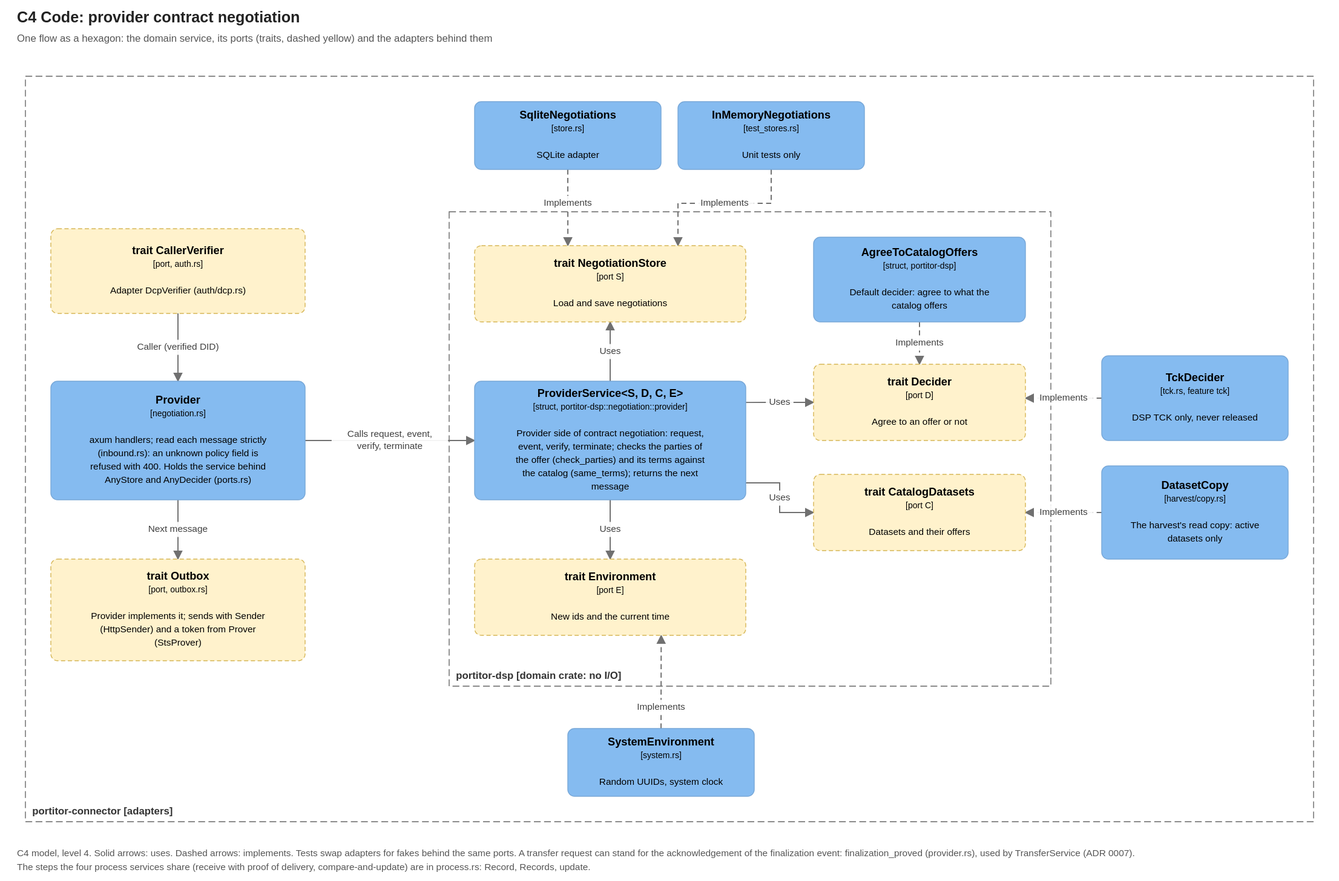
Above: docs/diagrams/c4-negotiation-code.drawio.svg in brunopacheco1/portitor (draw.io), before the change. Source tidied: cells renumbered, new cells last; positions are measured from the earlier drawing's top-left corner, leaving out a move shared by most shapes.
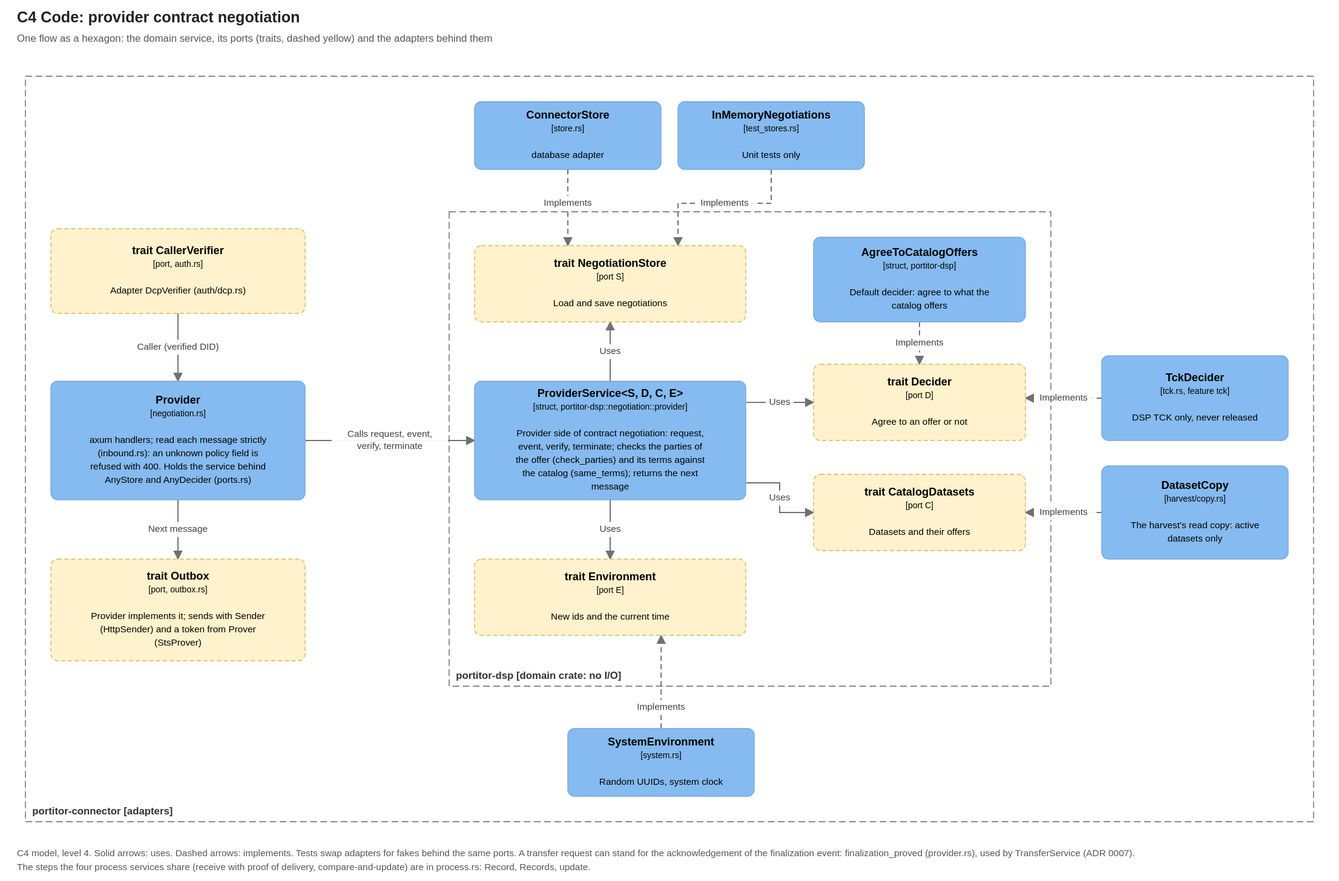
The same file after the commit.

Change to the diagram source:
```diff
@@ -26,9 +26,9 @@
     <mxCell id="9" value="&lt;b&gt;trait CatalogDatasets&lt;/b&gt;&lt;br&gt;&lt;font style=&quot;font-size:10px&quot;&gt;[port C]&lt;/font&gt;&lt;br&gt;&lt;br&gt;&lt;font style=&quot;font-size:11px&quot;&gt;Datasets and their offers&lt;/font&gt;" style="rounded=1;arcSize=8;dashed=1;whiteSpace=wrap;html=1;fillColor=#FFF2CC;strokeColor=#D6B656;fontColor=#000000;fontSize=13;align=center;verticalAlign=middle;c4Kind=port;c4Name=trait CatalogDatasets;" parent="1" vertex="1">
       <mxGeometry x="940" y="470" width="250" height="90" as="geometry" />
     </mxCell>
-    <mxCell id="10" value="&lt;b&gt;SqliteNegotiations&lt;/b&gt;&lt;br&gt;&lt;font style=&quot;font-size:10px&quot;&gt;[store.rs]&lt;/font&gt;&lt;br&gt;&lt;br&gt;&lt;font style=&quot;font-size:11px&quot;&gt;SQLite adapter&lt;/font&gt;" style="rounded=1;arcSize=8;whiteSpace=wrap;html=1;fillColor=#85BBF0;strokeColor=#78A8D8;fontColor=#000000;fontSize=13;align=center;verticalAlign=middle;c4Kind=component;c4Name=SqliteNegotiations;" parent="1" vertex="1">
-      <mxGeometry x="540" y="30" width="220" height="80" as="geometry" />
-    </mxCell>
+    <mxCell id="32" value="&lt;b&gt;ConnectorStore&lt;/b&gt;&lt;br&gt;&lt;font style=&quot;font-size:10px&quot;&gt;[store.rs]&lt;/font&gt;&lt;br&gt;&lt;br&gt;&lt;font style=&quot;font-size:11px&quot;&gt;database adapter&lt;/font&gt;" style="rounded=1;arcSize=8;whiteSpace=wrap;html=1;fillColor=#85BBF0;strokeColor=#78A8D8;fontColor=#000000;fontSize=13;align=center;verticalAlign=middle;c4Kind=component;c4Name=ConnectorStore;" parent="1" vertex="1">
+      <mxGeometry x="540" y="30" width="220" height="80" as="geometry" />
+    </mxCell>
     <mxCell id="11" value="&lt;b&gt;InMemoryNegotiations&lt;/b&gt;&lt;br&gt;&lt;font style=&quot;font-size:10px&quot;&gt;[test_stores.rs]&lt;/font&gt;&lt;br&gt;&lt;br&gt;&lt;font style=&quot;font-size:11px&quot;&gt;Unit tests only&lt;/font&gt;" style="rounded=1;arcSize=8;whiteSpace=wrap;html=1;fillColor=#85BBF0;strokeColor=#78A8D8;fontColor=#000000;fontSize=13;align=center;verticalAlign=middle;c4Kind=component;c4Name=InMemoryNegotiations;" parent="1" vertex="1">
       <mxGeometry x="780" y="30" width="220" height="80" as="geometry" />
     </mxCell>
@@ -85,7 +85,7 @@
     <mxCell id="27" value="Implements" style="endArrow=blockThin;endFill=1;html=1;rounded=0;strokeColor=#707070;fontSize=11;fontColor=#404040;labelBackgroundColor=#FFFFFF;dashed=1;exitX=0.000;exitY=0.500;exitPerimeter=0;entryX=1.000;entryY=0.500;entryPerimeter=0;" parent="1" edge="1" source="14" target="9">
       <mxGeometry relative="1" as="geometry" />
     </mxCell>
-    <mxCell id="28" value="Implements" style="endArrow=blockThin;endFill=1;html=1;rounded=0;strokeColor=#707070;fontSize=11;fontColor=#404040;labelBackgroundColor=#FFFFFF;dashed=1;exitX=0.500;exitY=1.000;exitPerimeter=0;entryX=0.344;entryY=0.000;entryPerimeter=0;" parent="1" edge="1" source="10" target="5">
+    <mxCell id="28" value="Implements" style="endArrow=blockThin;endFill=1;html=1;rounded=0;strokeColor=#707070;fontSize=11;fontColor=#404040;labelBackgroundColor=#FFFFFF;dashed=1;exitX=0.500;exitY=1.000;exitPerimeter=0;entryX=0.344;entryY=0.000;entryPerimeter=0;" parent="1" edge="1" source="32" target="5">
       <mxGeometry relative="1" as="geometry" />
     </mxCell>
     <mxCell id="29" value="Implements" style="endArrow=blockThin;endFill=1;html=1;rounded=0;strokeColor=#707070;fontSize=11;fontColor=#404040;labelBackgroundColor=#FFFFFF;dashed=1;exitX=0.500;exitY=1.000;exitPerimeter=0;entryX=0.750;entryY=0.000;entryPerimeter=0;" parent="1" edge="1" source="11" target="5">
```
